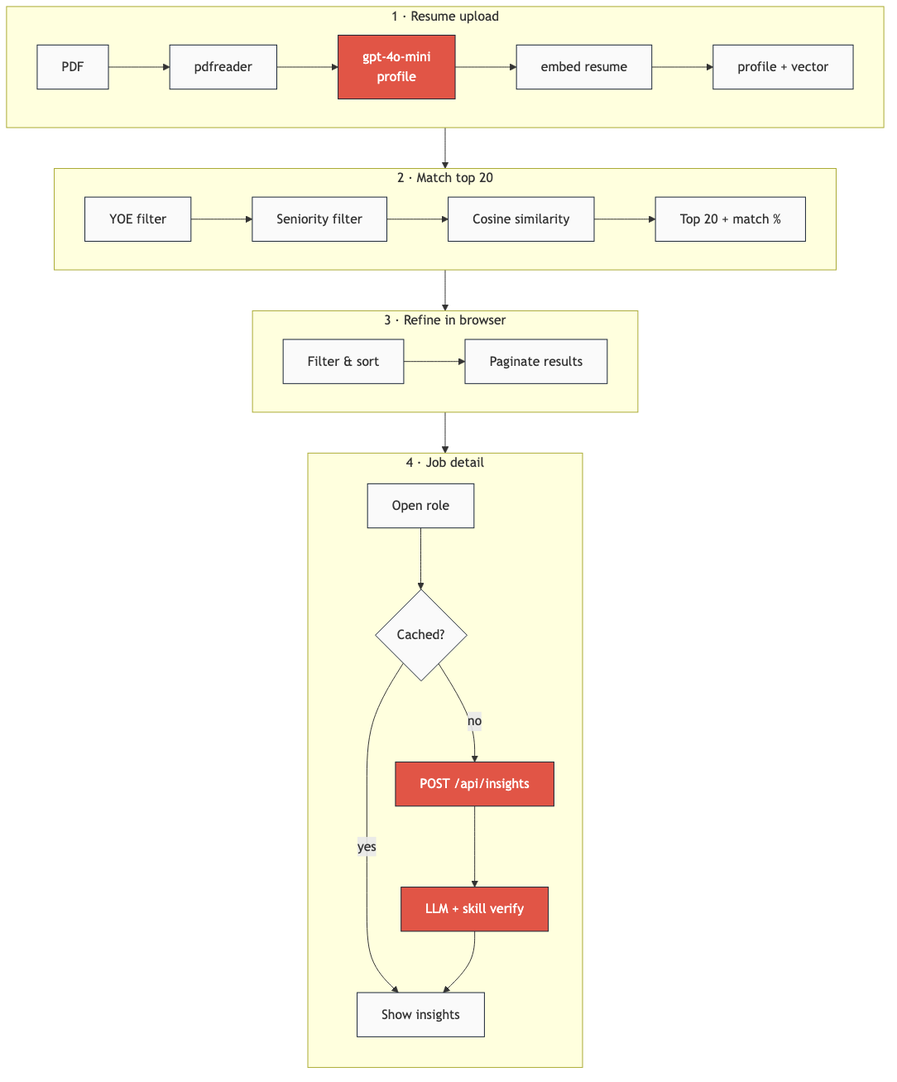
Earlier version of the Mermaid export docs/data-flow-resume.png (MeenakshiMadhu/scoutAI). Its source is kept beside it as docs/data-flow-resume.mmd.
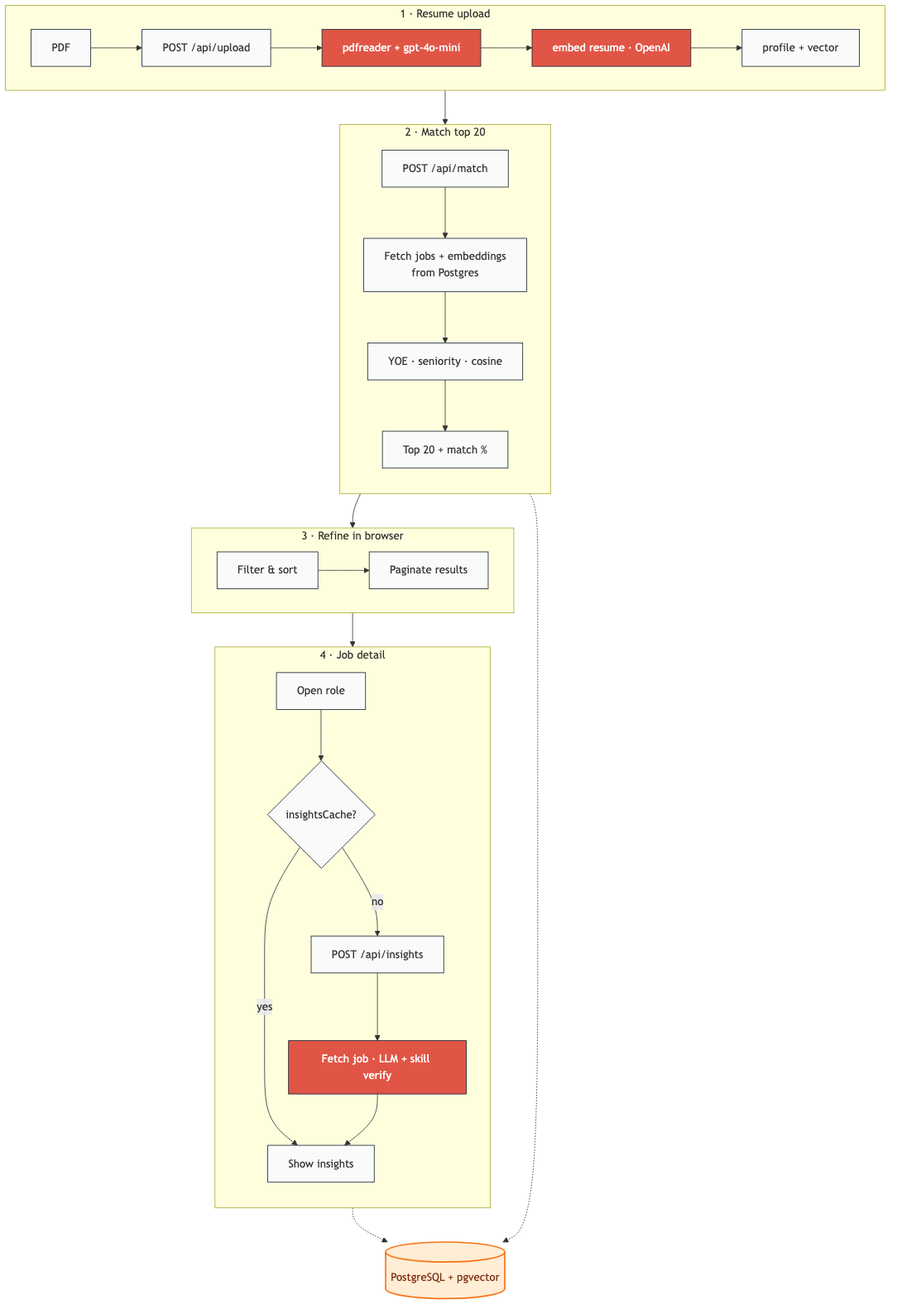
The same file after the commit.

Commit message:
chore: update README and architecture diagrams; remove outdated files and add new architecture diagram

Diff of the diagram source:
```diff
@@ -1,12 +1,16 @@
 flowchart TB
   subgraph UPLOAD["1 · Resume upload"]
     direction LR
-    R1["PDF"] --> R2["pdfreader"] --> R3["gpt-4o-mini\nprofile"] --> R4["embed resume"] --> R5["profile + vector"]
+    R1["PDF"] --> R2["POST /api/upload"] --> R3["pdfreader + gpt-4o-mini"] --> R4["embed resume · OpenAI"] --> R5["profile + vector"]
   end
 
   subgraph MATCH["2 · Match top 20"]
-    direction LR
-    M1["YOE filter"] --> M2["Seniority filter"] --> M3["Cosine similarity"] --> M4["Top 20 + match %"]
+    direction TB
+    M1["POST /api/match"]
+    M2["Fetch jobs + embeddings\nfrom Postgres"]
+    M3["YOE · seniority · cosine"]
+    M4["Top 20 + match %"]
+    M1 --> M2 --> M3 --> M4
   end
 
   subgraph REFINE["3 · Refine in browser"]
@@ -17,20 +21,26 @@
   subgraph DETAIL["4 · Job detail"]
     direction TB
     D1["Open role"]
-    D2{"Cached?"}
+    D2{"insightsCache?"}
     D3["Show insights"]
     D4["POST /api/insights"]
-    D5["LLM + skill verify"]
+    D5["Fetch job · LLM + skill verify"]
     D1 --> D2
     D2 -->|yes| D3
     D2 -->|no| D4 --> D5 --> D3
   end
 
+  DB[("PostgreSQL + pgvector")]
+
   R5 --> M1
+  M2 -.-> DB
+  D5 -.-> DB
   M4 --> F1
   F2 --> D1
 
   classDef step fill:#fafafa,stroke:#182335
   classDef ai fill:#e15546,color:#fff,stroke:#182335
-  class R3,D4,D5 ai
-  class R1,R2,R4,R5,M1,M2,M3,M4,F1,F2,D1,D2,D3 step
+  classDef db fill:#ffedd5,stroke:#f97316,stroke-width:2px,color:#7c2d12
+  class R3,R4,D5 ai
+  class R1,R2,R5,M1,M2,M3,M4,F1,F2,D1,D2,D3,D4 step
+  class DB db
```
